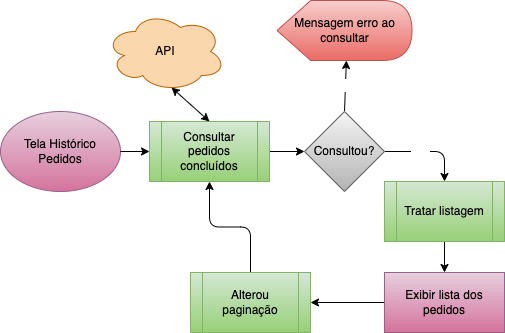
Earlier version of the draw.io export docs/fluxo-tela-gestor/historico-pedidos.png (ICEI-PUC-Minas-PMV-ADS/1999-burguer). Source tidied: cells renumbered, new cells last; positions are measured from the earlier drawing's top-left corner, leaving out a move shared by most shapes. Source of this version:
```xml
<mxGraphModel>
  <root>
    <mxCell id="0" />
    <mxCell id="1" parent="0" />
    <mxCell id="2" value="Tela Histórico Pedidos" style="ellipse;whiteSpace=wrap;html=1;fillColor=#e6d0de;strokeColor=#996185;fontStyle=0;gradientColor=#d5739d;fontColor=#000000;" parent="1" vertex="1">
      <mxGeometry y="111" width="120" height="80" as="geometry" />
    </mxCell>
    <mxCell id="3" style="edgeStyle=none;html=1;exitX=1;exitY=0.5;exitDx=0;exitDy=0;entryX=0;entryY=0.5;entryDx=0;entryDy=0;fontColor=#000000;" parent="1" edge="1" source="2" target="5">
      <mxGeometry relative="1" as="geometry" />
    </mxCell>
    <mxCell id="4" style="edgeStyle=none;html=1;entryX=0;entryY=0.5;entryDx=0;entryDy=0;fontColor=#000000;" parent="1" edge="1" source="5" target="8">
      <mxGeometry relative="1" as="geometry" />
    </mxCell>
    <mxCell id="5" value="Consultar pedidos concluídos" style="shape=process;whiteSpace=wrap;html=1;backgroundOutline=1;fillColor=#d5e8d4;gradientColor=#97d077;strokeColor=#82b366;fontColor=#000000;" parent="1" vertex="1">
      <mxGeometry x="149" y="121" width="120" height="60" as="geometry" />
    </mxCell>
    <mxCell id="6" value="Sim" style="edgeStyle=orthogonalEdgeStyle;html=1;exitX=1;exitY=0.5;exitDx=0;exitDy=0;fontColor=#FFFFFF;entryX=0.5;entryY=0;entryDx=0;entryDy=0;" parent="1" edge="1" source="8" target="11">
      <mxGeometry x="-0.2" relative="1" as="geometry" />
    </mxCell>
    <mxCell id="7" value="Não" style="edgeStyle=none;html=1;fontColor=#FFFFFF;entryX=0;entryY=0;entryDx=69.375;entryDy=60;entryPerimeter=0;" parent="1" edge="1" target="9">
      <mxGeometry relative="1" as="geometry">
        <mxPoint x="344" y="111" as="sourcePoint" />
      </mxGeometry>
    </mxCell>
    <mxCell id="8" value="Consultou?" style="rhombus;whiteSpace=wrap;html=1;fillColor=#f5f5f5;gradientColor=#b3b3b3;strokeColor=#666666;fontColor=#000000;" parent="1" vertex="1">
      <mxGeometry x="304" y="111" width="80" height="80" as="geometry" />
    </mxCell>
    <mxCell id="9" value="Mensagem erro ao consultar" style="shape=display;whiteSpace=wrap;html=1;fillColor=#f8cecc;gradientColor=#ea6b66;strokeColor=#b85450;fontColor=#000000;" parent="1" vertex="1">
      <mxGeometry x="276.5" width="135" height="60" as="geometry" />
    </mxCell>
    <mxCell id="10" style="edgeStyle=none;html=1;exitX=0.5;exitY=1;exitDx=0;exitDy=0;entryX=0.5;entryY=0;entryDx=0;entryDy=0;" parent="1" edge="1" source="11" target="13">
      <mxGeometry relative="1" as="geometry" />
    </mxCell>
    <mxCell id="11" value="Tratar listagem" style="shape=process;whiteSpace=wrap;html=1;backgroundOutline=1;fillColor=#d5e8d4;gradientColor=#97d077;strokeColor=#82b366;fontColor=#000000;" parent="1" vertex="1">
      <mxGeometry x="384" y="181" width="120" height="60" as="geometry" />
    </mxCell>
    <mxCell id="12" style="edgeStyle=orthogonalEdgeStyle;html=1;exitX=0;exitY=0.5;exitDx=0;exitDy=0;entryX=1;entryY=0.5;entryDx=0;entryDy=0;startArrow=none;startFill=0;" parent="1" edge="1" source="13" target="17">
      <mxGeometry relative="1" as="geometry" />
    </mxCell>
    <mxCell id="13" value="Exibir lista dos pedidos" style="whiteSpace=wrap;html=1;fillColor=#e6d0de;strokeColor=#996185;fontColor=#000000;fontStyle=0;gradientColor=#d5739d;" parent="1" vertex="1">
      <mxGeometry x="384" y="272" width="120" height="60" as="geometry" />
    </mxCell>
    <mxCell id="14" style="edgeStyle=none;html=1;exitX=0.55;exitY=0.95;exitDx=0;exitDy=0;exitPerimeter=0;entryX=0.5;entryY=0;entryDx=0;entryDy=0;startArrow=classic;startFill=1;" parent="1" edge="1" source="15" target="5">
      <mxGeometry relative="1" as="geometry" />
    </mxCell>
    <mxCell id="15" value="API" style="ellipse;shape=cloud;whiteSpace=wrap;html=1;fillColor=#fad7ac;strokeColor=#b46504;fontColor=#000000;" parent="1" vertex="1">
      <mxGeometry x="105" y="11" width="120" height="80" as="geometry" />
    </mxCell>
    <mxCell id="16" style="edgeStyle=orthogonalEdgeStyle;html=1;exitX=0.5;exitY=0;exitDx=0;exitDy=0;entryX=0.5;entryY=1;entryDx=0;entryDy=0;startArrow=none;startFill=0;" parent="1" edge="1" source="17" target="5">
      <mxGeometry relative="1" as="geometry" />
    </mxCell>
    <mxCell id="17" value="Alterou paginação" style="shape=process;whiteSpace=wrap;html=1;backgroundOutline=1;fillColor=#d5e8d4;gradientColor=#97d077;strokeColor=#82b366;fontColor=#000000;" parent="1" vertex="1">
      <mxGeometry x="190" y="272" width="120" height="60" as="geometry" />
    </mxCell>
  </root>
</mxGraphModel>
```
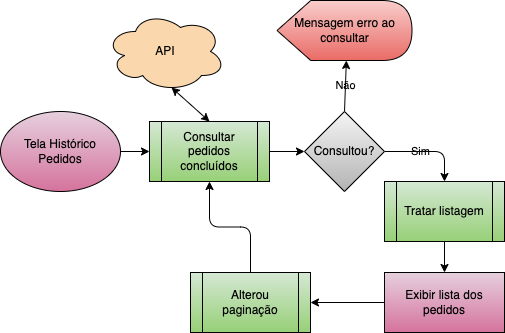
After the change.

Diff of the diagram source:
```diff
@@ -1,55 +1,55 @@
-<mxGraphModel>
+<mxGraphModel background="#ffffff">
   <root>
     <mxCell id="0" />
     <mxCell id="1" parent="0" />
-    <mxCell id="2" value="Tela Histórico Pedidos" style="ellipse;whiteSpace=wrap;html=1;fillColor=#e6d0de;strokeColor=#996185;fontStyle=0;gradientColor=#d5739d;fontColor=#000000;" parent="1" vertex="1">
+    <mxCell id="2" value="Tela Histórico Pedidos" style="ellipse;whiteSpace=wrap;html=1;fillColor=#e6d0de;strokeColor=#000000;fontStyle=0;gradientColor=#d5739d;fontColor=#000000;" parent="1" vertex="1">
       <mxGeometry y="111" width="120" height="80" as="geometry" />
     </mxCell>
-    <mxCell id="3" style="edgeStyle=none;html=1;exitX=1;exitY=0.5;exitDx=0;exitDy=0;entryX=0;entryY=0.5;entryDx=0;entryDy=0;fontColor=#000000;" parent="1" edge="1" source="2" target="5">
+    <mxCell id="3" style="edgeStyle=none;html=1;exitX=1;exitY=0.5;exitDx=0;exitDy=0;entryX=0;entryY=0.5;entryDx=0;entryDy=0;fontColor=#000000;strokeColor=#000000;" parent="1" edge="1" source="2" target="5">
       <mxGeometry relative="1" as="geometry" />
     </mxCell>
-    <mxCell id="4" style="edgeStyle=none;html=1;entryX=0;entryY=0.5;entryDx=0;entryDy=0;fontColor=#000000;" parent="1" edge="1" source="5" target="8">
+    <mxCell id="4" style="edgeStyle=none;html=1;entryX=0;entryY=0.5;entryDx=0;entryDy=0;fontColor=#000000;strokeColor=#000000;" parent="1" edge="1" source="5" target="8">
       <mxGeometry relative="1" as="geometry" />
     </mxCell>
-    <mxCell id="5" value="Consultar pedidos concluídos" style="shape=process;whiteSpace=wrap;html=1;backgroundOutline=1;fillColor=#d5e8d4;gradientColor=#97d077;strokeColor=#82b366;fontColor=#000000;" parent="1" vertex="1">
+    <mxCell id="5" value="Consultar pedidos concluídos" style="shape=process;whiteSpace=wrap;html=1;backgroundOutline=1;fillColor=#d5e8d4;gradientColor=#97d077;strokeColor=#000000;fontColor=#000000;" parent="1" vertex="1">
       <mxGeometry x="149" y="121" width="120" height="60" as="geometry" />
     </mxCell>
-    <mxCell id="6" value="Sim" style="edgeStyle=orthogonalEdgeStyle;html=1;exitX=1;exitY=0.5;exitDx=0;exitDy=0;fontColor=#FFFFFF;entryX=0.5;entryY=0;entryDx=0;entryDy=0;" parent="1" edge="1" source="8" target="11">
+    <mxCell id="6" value="Sim" style="edgeStyle=orthogonalEdgeStyle;html=1;exitX=1;exitY=0.5;exitDx=0;exitDy=0;fontColor=#000000;entryX=0.5;entryY=0;entryDx=0;entryDy=0;strokeColor=#000000;labelBackgroundColor=none;" parent="1" edge="1" source="8" target="11">
       <mxGeometry x="-0.2" relative="1" as="geometry" />
     </mxCell>
-    <mxCell id="7" value="Não" style="edgeStyle=none;html=1;fontColor=#FFFFFF;entryX=0;entryY=0;entryDx=69.375;entryDy=60;entryPerimeter=0;" parent="1" edge="1" target="9">
+    <mxCell id="7" value="Não" style="edgeStyle=none;html=1;fontColor=#000000;entryX=0;entryY=0;entryDx=69.375;entryDy=60;entryPerimeter=0;strokeColor=#000000;labelBackgroundColor=none;" parent="1" edge="1" target="9">
       <mxGeometry relative="1" as="geometry">
         <mxPoint x="344" y="111" as="sourcePoint" />
       </mxGeometry>
     </mxCell>
-    <mxCell id="8" value="Consultou?" style="rhombus;whiteSpace=wrap;html=1;fillColor=#f5f5f5;gradientColor=#b3b3b3;strokeColor=#666666;fontColor=#000000;" parent="1" vertex="1">
+    <mxCell id="8" value="Consultou?" style="rhombus;whiteSpace=wrap;html=1;fillColor=#f5f5f5;gradientColor=#b3b3b3;strokeColor=#000000;fontColor=#000000;" parent="1" vertex="1">
       <mxGeometry x="304" y="111" width="80" height="80" as="geometry" />
     </mxCell>
-    <mxCell id="9" value="Mensagem erro ao consultar" style="shape=display;whiteSpace=wrap;html=1;fillColor=#f8cecc;gradientColor=#ea6b66;strokeColor=#b85450;fontColor=#000000;" parent="1" vertex="1">
+    <mxCell id="9" value="Mensagem erro ao consultar" style="shape=display;whiteSpace=wrap;html=1;fillColor=#f8cecc;gradientColor=#ea6b66;strokeColor=#000000;fontColor=#000000;" parent="1" vertex="1">
       <mxGeometry x="276.5" width="135" height="60" as="geometry" />
     </mxCell>
-    <mxCell id="10" style="edgeStyle=none;html=1;exitX=0.5;exitY=1;exitDx=0;exitDy=0;entryX=0.5;entryY=0;entryDx=0;entryDy=0;" parent="1" edge="1" source="11" target="13">
+    <mxCell id="10" style="edgeStyle=none;html=1;exitX=0.5;exitY=1;exitDx=0;exitDy=0;entryX=0.5;entryY=0;entryDx=0;entryDy=0;strokeColor=#000000;" parent="1" edge="1" source="11" target="13">
       <mxGeometry relative="1" as="geometry" />
     </mxCell>
-    <mxCell id="11" value="Tratar listagem" style="shape=process;whiteSpace=wrap;html=1;backgroundOutline=1;fillColor=#d5e8d4;gradientColor=#97d077;strokeColor=#82b366;fontColor=#000000;" parent="1" vertex="1">
+    <mxCell id="11" value="Tratar listagem" style="shape=process;whiteSpace=wrap;html=1;backgroundOutline=1;fillColor=#d5e8d4;gradientColor=#97d077;strokeColor=#000000;fontColor=#000000;" parent="1" vertex="1">
       <mxGeometry x="384" y="181" width="120" height="60" as="geometry" />
     </mxCell>
-    <mxCell id="12" style="edgeStyle=orthogonalEdgeStyle;html=1;exitX=0;exitY=0.5;exitDx=0;exitDy=0;entryX=1;entryY=0.5;entryDx=0;entryDy=0;startArrow=none;startFill=0;" parent="1" edge="1" source="13" target="17">
+    <mxCell id="12" style="edgeStyle=orthogonalEdgeStyle;html=1;exitX=0;exitY=0.5;exitDx=0;exitDy=0;entryX=1;entryY=0.5;entryDx=0;entryDy=0;startArrow=none;startFill=0;strokeColor=#000000;" parent="1" edge="1" source="13" target="17">
       <mxGeometry relative="1" as="geometry" />
     </mxCell>
-    <mxCell id="13" value="Exibir lista dos pedidos" style="whiteSpace=wrap;html=1;fillColor=#e6d0de;strokeColor=#996185;fontColor=#000000;fontStyle=0;gradientColor=#d5739d;" parent="1" vertex="1">
+    <mxCell id="13" value="Exibir lista dos pedidos" style="whiteSpace=wrap;html=1;fillColor=#e6d0de;strokeColor=#000000;fontColor=#000000;fontStyle=0;gradientColor=#d5739d;" parent="1" vertex="1">
       <mxGeometry x="384" y="272" width="120" height="60" as="geometry" />
     </mxCell>
-    <mxCell id="14" style="edgeStyle=none;html=1;exitX=0.55;exitY=0.95;exitDx=0;exitDy=0;exitPerimeter=0;entryX=0.5;entryY=0;entryDx=0;entryDy=0;startArrow=classic;startFill=1;" parent="1" edge="1" source="15" target="5">
+    <mxCell id="14" style="edgeStyle=none;html=1;exitX=0.55;exitY=0.95;exitDx=0;exitDy=0;exitPerimeter=0;entryX=0.5;entryY=0;entryDx=0;entryDy=0;startArrow=classic;startFill=1;strokeColor=#000000;" parent="1" edge="1" source="15" target="5">
       <mxGeometry relative="1" as="geometry" />
     </mxCell>
-    <mxCell id="15" value="API" style="ellipse;shape=cloud;whiteSpace=wrap;html=1;fillColor=#fad7ac;strokeColor=#b46504;fontColor=#000000;" parent="1" vertex="1">
+    <mxCell id="15" value="API" style="ellipse;shape=cloud;whiteSpace=wrap;html=1;fillColor=#fad7ac;strokeColor=#000000;fontColor=#000000;" parent="1" vertex="1">
       <mxGeometry x="105" y="11" width="120" height="80" as="geometry" />
     </mxCell>
-    <mxCell id="16" style="edgeStyle=orthogonalEdgeStyle;html=1;exitX=0.5;exitY=0;exitDx=0;exitDy=0;entryX=0.5;entryY=1;entryDx=0;entryDy=0;startArrow=none;startFill=0;" parent="1" edge="1" source="17" target="5">
+    <mxCell id="16" style="edgeStyle=orthogonalEdgeStyle;html=1;exitX=0.5;exitY=0;exitDx=0;exitDy=0;entryX=0.5;entryY=1;entryDx=0;entryDy=0;startArrow=none;startFill=0;strokeColor=#000000;" parent="1" edge="1" source="17" target="5">
       <mxGeometry relative="1" as="geometry" />
     </mxCell>
-    <mxCell id="17" value="Alterou paginação" style="shape=process;whiteSpace=wrap;html=1;backgroundOutline=1;fillColor=#d5e8d4;gradientColor=#97d077;strokeColor=#82b366;fontColor=#000000;" parent="1" vertex="1">
+    <mxCell id="17" value="Alterou paginação" style="shape=process;whiteSpace=wrap;html=1;backgroundOutline=1;fillColor=#d5e8d4;gradientColor=#97d077;strokeColor=#000000;fontColor=#000000;" parent="1" vertex="1">
       <mxGeometry x="190" y="272" width="120" height="60" as="geometry" />
     </mxCell>
   </root>
```
